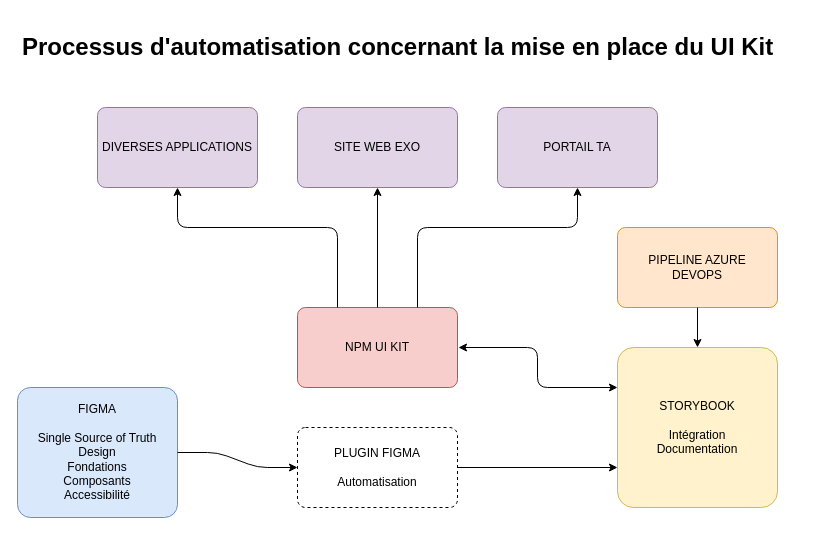
Before: Copy of Untitled Diagram.drawio in Tim-arts/flowcharts, a draw.io diagram. Source tidied: cells renumbered, new cells numbered last; positions are measured from the earlier drawing's top-left corner, leaving out a move shared by most shapes. Both pictures are drawn from the tidied source at 100%, with x=0, y=0 at pixel (17, 27).
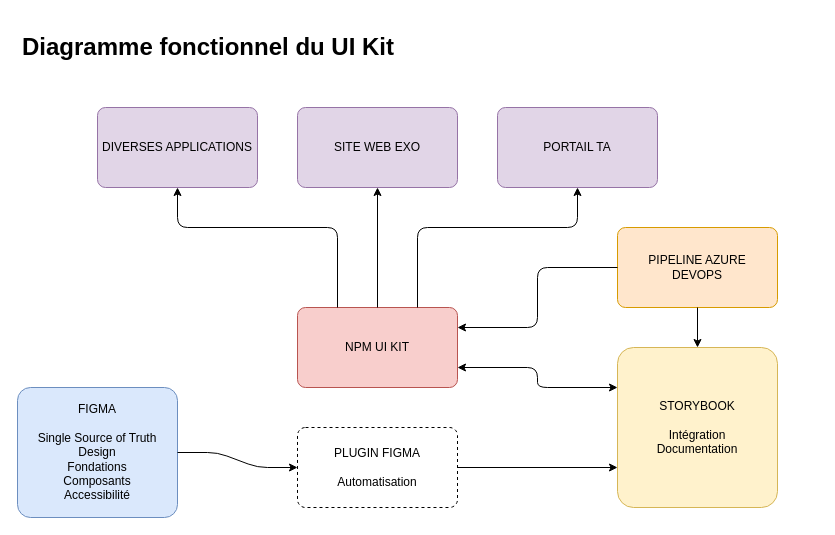
The same diagram, later.

The change refers to these unchanged cells:
```xml
<mxCell id="3" value="STORYBOOK&lt;br&gt;&lt;br&gt;Intégration&lt;br&gt;Documentation" style="rounded=1;whiteSpace=wrap;html=1;arcSize=10;fillColor=#fff2cc;strokeColor=#d6b656;" parent="1" vertex="1">
  <mxGeometry x="600" y="320" width="160" height="160" as="geometry" />
</mxCell>
<mxCell id="4" value="PIPELINE AZURE&lt;br&gt;DEVOPS" style="rounded=1;whiteSpace=wrap;html=1;arcSize=10;fillColor=#ffe6cc;strokeColor=#d79b00;" parent="1" vertex="1">
  <mxGeometry x="600" y="200" width="160" height="80" as="geometry" />
</mxCell>
<mxCell id="9" value="NPM UI KIT" style="rounded=1;whiteSpace=wrap;html=1;arcSize=10;fillColor=#f8cecc;strokeColor=#b85450;" parent="1" vertex="1">
  <mxGeometry x="280" y="280" width="160" height="80" as="geometry" />
</mxCell>
```

Change to the diagram source:
```diff
@@
-    <mxCell id="10" value="&lt;h1&gt;Processus d'automatisation concernant la mise en place du UI Kit&lt;/h1&gt;" style="text;html=1;strokeColor=none;fillColor=none;spacing=5;spacingTop=-20;whiteSpace=wrap;overflow=hidden;rounded=0;" parent="1" vertex="1">
-      <mxGeometry width="800" height="40" as="geometry" />
+    <mxCell id="10" value="&lt;h1&gt;Diagramme fonctionnel du UI Kit&lt;/h1&gt;" style="text;html=1;strokeColor=none;fillColor=none;spacing=5;spacingTop=-20;whiteSpace=wrap;overflow=hidden;rounded=0;" parent="1" vertex="1">
+      <mxGeometry width="400" height="40" as="geometry" />
     </mxCell>
@@
-    <mxCell id="15" style="endArrow=classic;startArrow=classic;html=1;shadow=0;endSize=6;strokeColor=#000000;entryX=0;entryY=0.25;entryDx=0;entryDy=0;" parent="1" edge="1" target="3">
+    <mxCell id="15" style="endArrow=classic;startArrow=classic;html=1;shadow=0;endSize=6;strokeColor=#000000;entryX=0;entryY=0.25;entryDx=0;entryDy=0;exitX=1;exitY=0.75;exitDx=0;exitDy=0;" parent="1" edge="1" source="9" target="3">
       <mxGeometry relative="1" as="geometry">
-        <mxPoint x="441" y="320" as="sourcePoint" />
         <Array as="points">
-          <mxPoint x="520" y="320" />
+          <mxPoint x="520" y="340" />
           <mxPoint x="520" y="360" />
         </Array>
       </mxGeometry>
     </mxCell>
@@
+    <mxCell id="18" style="endArrow=classic;html=1;entryX=1;entryY=0.25;entryDx=0;entryDy=0;exitX=0;exitY=0.5;exitDx=0;exitDy=0;" parent="1" edge="1" source="4" target="9">
+      <mxGeometry relative="1" as="geometry">
+        <Array as="points">
+          <mxPoint x="520" y="240" />
+          <mxPoint x="520" y="300" />
+        </Array>
+      </mxGeometry>
+    </mxCell>
```
